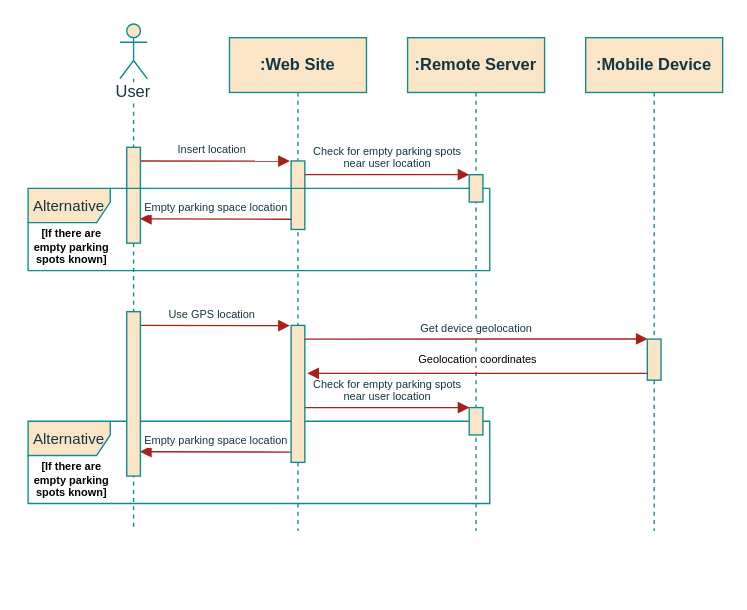
Earlier version of the draw.io diagram page "WebSite_SeqDiagram" (6 of 6) of project/report/flowcharts/RemoteSystem.drawio (ESRGgroup9/slipad). Source tidied: cells renumbered, new cells numbered last; positions are measured from the earlier drawing's top-left corner, leaving out a move shared by most shapes. Both pictures are drawn from the tidied source at 137%, with x=0, y=0 at pixel (23, 23).
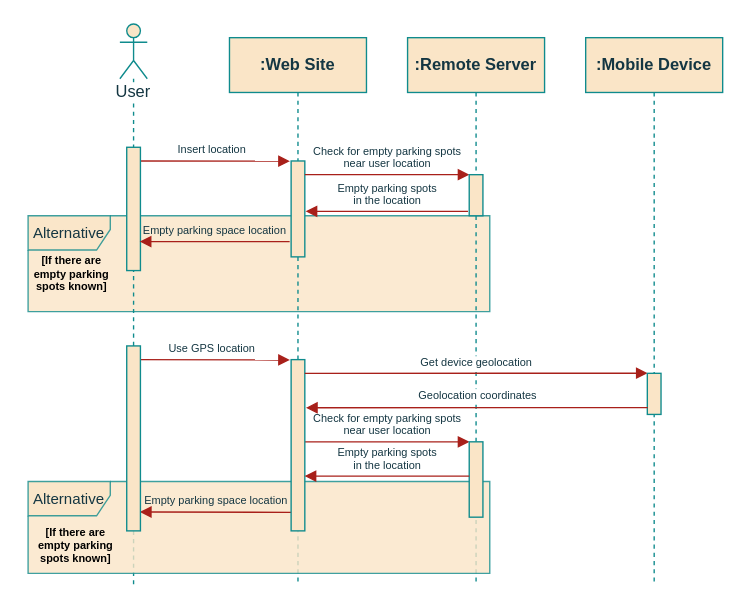
The same page after the edit.

Change to the diagram source:
```diff
@@
+    <mxCell id="8" value="&lt;font style=&quot;font-size: 11px&quot;&gt;Alternative&lt;/font&gt;" style="shape=umlFrame;whiteSpace=wrap;html=1;width=60;height=25;fillColor=#FAE5C7;strokeColor=#0F8B8D;fontColor=#143642;swimlaneFillColor=#FAE5C7;opacity=80;" parent="1" vertex="1">
+      <mxGeometry x="3" y="140" width="337" height="70" as="geometry" />
+    </mxCell>
@@
     <mxCell id="3" value="User" style="shape=umlLifeline;participant=umlActor;perimeter=lifelinePerimeter;whiteSpace=wrap;html=1;verticalAlign=top;spacingTop=36;size=40;labelBackgroundColor=default;fillColor=#FAE5C7;strokeColor=#0F8B8D;fontColor=#143642;" parent="1" vertex="1">
-      <mxGeometry x="70" width="20" height="370" as="geometry" />
+      <mxGeometry x="70" width="20" height="410" as="geometry" />
     </mxCell>
     <mxCell id="4" style="html=1;points=[];perimeter=orthogonalPerimeter;fillColor=#FAE5C7;strokeColor=#0F8B8D;fontColor=#143642;" parent="3" vertex="1">
-      <mxGeometry x="5" y="90" width="10" height="70" as="geometry" />
+      <mxGeometry x="5" y="90" width="10" height="90" as="geometry" />
     </mxCell>
     <mxCell id="5" value="&lt;b&gt;:Web Site&lt;/b&gt;" style="shape=umlLifeline;perimeter=lifelinePerimeter;whiteSpace=wrap;html=1;fillColor=#FAE5C7;strokeColor=#0F8B8D;fontColor=#143642;" parent="1" vertex="1">
-      <mxGeometry x="150" y="10" width="100" height="360" as="geometry" />
+      <mxGeometry x="150" y="10" width="100" height="400" as="geometry" />
     </mxCell>
     <mxCell id="6" style="html=1;points=[];perimeter=orthogonalPerimeter;fillColor=#FAE5C7;strokeColor=#0F8B8D;fontColor=#143642;" parent="5" vertex="1">
-      <mxGeometry x="45" y="90" width="10" height="50" as="geometry" />
+      <mxGeometry x="45" y="90" width="10" height="70" as="geometry" />
     </mxCell>
@@
-    <mxCell id="8" value="&lt;font style=&quot;font-size: 11px&quot;&gt;Alternative&lt;/font&gt;" style="shape=umlFrame;whiteSpace=wrap;html=1;width=60;height=25;fillColor=#FAE5C7;strokeColor=#0F8B8D;fontColor=#143642;" parent="5" vertex="1">
-      <mxGeometry x="-147" y="110" width="337" height="60" as="geometry" />
-    </mxCell>
-    <mxCell id="9" value="&lt;div&gt;[If there are empty parking spots known]&lt;br&gt;&lt;/div&gt;" style="text;html=1;strokeColor=none;fillColor=none;align=center;verticalAlign=middle;whiteSpace=wrap;rounded=0;fontSize=8;fontStyle=1;" parent="5" vertex="1">
-      <mxGeometry x="-150" y="143" width="70" height="20" as="geometry" />
-    </mxCell>
     <mxCell id="10" value=":Remote Server" style="shape=umlLifeline;perimeter=lifelinePerimeter;whiteSpace=wrap;html=1;fillColor=#FAE5C7;strokeColor=#0F8B8D;fontColor=#143642;fontStyle=1;" parent="1" vertex="1">
-      <mxGeometry x="280" y="10" width="100" height="360" as="geometry" />
+      <mxGeometry x="280" y="10" width="100" height="400" as="geometry" />
     </mxCell>
     <mxCell id="11" style="html=1;points=[];perimeter=orthogonalPerimeter;fillColor=#FAE5C7;strokeColor=#0F8B8D;fontColor=#143642;" parent="10" vertex="1">
-      <mxGeometry x="45" y="100" width="10" height="20" as="geometry" />
+      <mxGeometry x="45" y="100" width="10" height="30" as="geometry" />
     </mxCell>
     <mxCell id="12" value="&lt;div&gt;Check for empty parking spots&lt;/div&gt;&lt;div&gt;near user location&lt;br&gt;&lt;/div&gt;" style="html=1;verticalAlign=bottom;endArrow=block;rounded=0;entryX=0.02;entryY=0;entryDx=0;entryDy=0;entryPerimeter=0;fontSize=8;labelBackgroundColor=none;strokeColor=#A8201A;fontColor=#143642;" parent="10" edge="1" target="15">
       <mxGeometry relative="1" as="geometry">
-        <mxPoint x="-75" y="270" as="sourcePoint" />
+        <mxPoint x="-75" y="295" as="sourcePoint" />
       </mxGeometry>
     </mxCell>
-    <mxCell id="13" value="&lt;font style=&quot;font-size: 11px&quot;&gt;Alternative&lt;/font&gt;" style="shape=umlFrame;whiteSpace=wrap;html=1;width=60;height=25;fillColor=#FAE5C7;strokeColor=#0F8B8D;fontColor=#143642;" parent="10" vertex="1">
-      <mxGeometry x="-277" y="280" width="337" height="60" as="geometry" />
+    <mxCell id="13" value="&lt;font style=&quot;font-size: 11px&quot;&gt;Alternative&lt;/font&gt;" style="shape=umlFrame;whiteSpace=wrap;html=1;width=60;height=25;fillColor=#FAE5C7;strokeColor=#0F8B8D;fontColor=#143642;swimlaneFillColor=#FAE5C7;opacity=80;" parent="10" vertex="1">
+      <mxGeometry x="-277" y="324" width="337" height="67" as="geometry" />
     </mxCell>
-    <mxCell id="14" value="&lt;div&gt;[If there are empty parking spots known]&lt;br&gt;&lt;/div&gt;" style="text;html=1;strokeColor=none;fillColor=none;align=center;verticalAlign=middle;whiteSpace=wrap;rounded=0;fontSize=8;fontStyle=1;" parent="10" vertex="1">
-      <mxGeometry x="-280" y="313" width="70" height="20" as="geometry" />
-    </mxCell>
     <mxCell id="15" style="html=1;points=[];perimeter=orthogonalPerimeter;fillColor=#FAE5C7;strokeColor=#0F8B8D;fontColor=#143642;" parent="10" vertex="1">
-      <mxGeometry x="45" y="270" width="10" height="20" as="geometry" />
+      <mxGeometry x="45" y="295" width="10" height="55" as="geometry" />
     </mxCell>
-    <mxCell id="16" value="Empty parking space location" style="html=1;verticalAlign=bottom;endArrow=block;rounded=0;fontSize=8;labelBackgroundColor=default;strokeColor=#A8201A;fontColor=#143642;labelBorderColor=none;exitX=0.02;exitY=0.851;exitDx=0;exitDy=0;exitPerimeter=0;entryX=0.962;entryY=0.746;entryDx=0;entryDy=0;entryPerimeter=0;" parent="10" edge="1">
+    <mxCell id="16" value="Empty parking space location" style="html=1;verticalAlign=bottom;endArrow=block;rounded=0;fontSize=8;labelBackgroundColor=none;strokeColor=#A8201A;fontColor=#143642;labelBorderColor=none;exitX=0.02;exitY=0.851;exitDx=0;exitDy=0;exitPerimeter=0;entryX=0.962;entryY=0.746;entryDx=0;entryDy=0;entryPerimeter=0;" parent="10" edge="1">
       <mxGeometry relative="1" as="geometry">
-        <mxPoint x="-84.8" y="302.5" as="sourcePoint" />
-        <mxPoint x="-195.4" y="302.2" as="targetPoint" />
+        <mxPoint x="-84.8" y="346.5" as="sourcePoint" />
+        <mxPoint x="-195.4" y="346.2" as="targetPoint" />
       </mxGeometry>
     </mxCell>
-    <mxCell id="17" value="Empty parking space location" style="html=1;verticalAlign=bottom;endArrow=block;rounded=0;fontSize=8;labelBackgroundColor=default;strokeColor=#A8201A;fontColor=#143642;labelBorderColor=none;exitX=0.02;exitY=0.851;exitDx=0;exitDy=0;exitPerimeter=0;entryX=0.962;entryY=0.746;entryDx=0;entryDy=0;entryPerimeter=0;" parent="1" edge="1" source="6" target="4">
+    <mxCell id="17" value="Empty parking space location" style="html=1;verticalAlign=bottom;endArrow=block;rounded=0;fontSize=8;labelBackgroundColor=none;strokeColor=#A8201A;fontColor=#143642;labelBorderColor=none;entryX=0.944;entryY=0.765;entryDx=0;entryDy=0;entryPerimeter=0;exitX=-0.107;exitY=0.841;exitDx=0;exitDy=0;exitPerimeter=0;" parent="1" edge="1" source="6" target="4">
       <mxGeometry relative="1" as="geometry" />
     </mxCell>
     <mxCell id="18" value=":Mobile Device" style="shape=umlLifeline;perimeter=lifelinePerimeter;whiteSpace=wrap;html=1;fillColor=#FAE5C7;strokeColor=#0F8B8D;fontColor=#143642;fontStyle=1;" parent="1" vertex="1">
-      <mxGeometry x="410" y="10" width="100" height="360" as="geometry" />
+      <mxGeometry x="410" y="10" width="100" height="400" as="geometry" />
     </mxCell>
     <mxCell id="19" value="Use GPS location" style="html=1;verticalAlign=bottom;endArrow=block;rounded=0;entryX=-0.086;entryY=0.002;entryDx=0;entryDy=0;entryPerimeter=0;fontSize=8;labelBackgroundColor=none;strokeColor=#A8201A;fontColor=#143642;" parent="18" edge="1" target="21">
       <mxGeometry relative="1" as="geometry">
-        <mxPoint x="-330" y="210" as="sourcePoint" />
+        <mxPoint x="-330" y="235" as="sourcePoint" />
       </mxGeometry>
     </mxCell>
     <mxCell id="20" style="html=1;perimeter=orthogonalPerimeter;fillColor=#FAE5C7;strokeColor=#0F8B8D;fontColor=#143642;" parent="18" vertex="1">
-      <mxGeometry x="-335" y="200" width="10" height="120" as="geometry" />
+      <mxGeometry x="-335" y="225" width="10" height="135" as="geometry" />
     </mxCell>
     <mxCell id="21" style="html=1;points=[];perimeter=orthogonalPerimeter;fillColor=#FAE5C7;strokeColor=#0F8B8D;fontColor=#143642;" parent="18" vertex="1">
-      <mxGeometry x="-215" y="210" width="10" height="100" as="geometry" />
+      <mxGeometry x="-215" y="235" width="10" height="125" as="geometry" />
     </mxCell>
     <mxCell id="22" value="Get device geolocation" style="html=1;verticalAlign=bottom;endArrow=block;rounded=0;entryX=0.029;entryY=-0.003;entryDx=0;entryDy=0;entryPerimeter=0;fontSize=8;labelBackgroundColor=default;strokeColor=#A8201A;fontColor=#143642;" parent="18" edge="1" target="23">
       <mxGeometry relative="1" as="geometry">
-        <mxPoint x="-205" y="220" as="sourcePoint" />
+        <mxPoint x="-205" y="245" as="sourcePoint" />
       </mxGeometry>
     </mxCell>
     <mxCell id="23" style="html=1;points=[];perimeter=orthogonalPerimeter;fillColor=#FAE5C7;strokeColor=#0F8B8D;fontColor=#143642;" parent="18" vertex="1">
-      <mxGeometry x="45" y="220" width="10" height="30" as="geometry" />
+      <mxGeometry x="45" y="245" width="10" height="30" as="geometry" />
     </mxCell>
-    <mxCell id="24" style="html=1;verticalAlign=bottom;endArrow=block;rounded=0;fontSize=8;labelBackgroundColor=default;strokeColor=#A8201A;fontColor=#143642;exitX=0.029;exitY=0.833;exitDx=0;exitDy=0;exitPerimeter=0;entryX=1.171;entryY=0.35;entryDx=0;entryDy=0;entryPerimeter=0;" parent="18" edge="1" source="23" target="21">
+    <mxCell id="24" style="html=1;verticalAlign=bottom;endArrow=block;rounded=0;fontSize=8;labelBackgroundColor=default;strokeColor=#A8201A;fontColor=#143642;exitX=0.029;exitY=0.833;exitDx=0;exitDy=0;exitPerimeter=0;entryX=1.083;entryY=0.281;entryDx=0;entryDy=0;entryPerimeter=0;" parent="18" edge="1" source="23" target="21">
       <mxGeometry relative="1" as="geometry" />
     </mxCell>
-    <mxCell id="25" value="Geolocation coordinates" style="edgeLabel;html=1;align=center;verticalAlign=middle;fontSize=8;" parent="24" vertex="1">
+    <mxCell id="25" value="Geolocation coordinates" style="edgeLabel;html=1;align=center;verticalAlign=middle;fontSize=8;fontColor=#143642;" parent="24" vertex="1">
       <mxGeometry x="0.07" y="-1" relative="1" as="geometry">
         <mxPoint x="8" y="-9" as="offset" />
       </mxGeometry>
     </mxCell>
+    <mxCell id="9" value="&lt;div&gt;[If there are empty parking spots known]&lt;br&gt;&lt;/div&gt;" style="text;html=1;strokeColor=none;fillColor=none;align=center;verticalAlign=middle;whiteSpace=wrap;rounded=0;fontSize=8;fontStyle=1;" parent="1" vertex="1">
+      <mxGeometry y="173" width="70" height="20" as="geometry" />
+    </mxCell>
+    <mxCell id="26" value="&lt;div&gt;Empty parking spots &lt;br&gt;&lt;/div&gt;&lt;div&gt;in the location&lt;/div&gt;" style="html=1;verticalAlign=bottom;endArrow=block;rounded=0;fontSize=8;labelBackgroundColor=none;strokeColor=#A8201A;fontColor=#143642;exitX=-0.09;exitY=0.892;exitDx=0;exitDy=0;exitPerimeter=0;entryX=1.052;entryY=0.525;entryDx=0;entryDy=0;entryPerimeter=0;" parent="1" edge="1" source="11" target="6">
+      <mxGeometry relative="1" as="geometry" />
+    </mxCell>
+    <mxCell id="14" value="&lt;div&gt;[If there are empty parking spots known]&lt;br&gt;&lt;/div&gt;" style="text;html=1;strokeColor=none;fillColor=none;align=center;verticalAlign=middle;whiteSpace=wrap;rounded=0;fontSize=8;fontStyle=1;" parent="1" vertex="1">
+      <mxGeometry x="3" y="371" width="70" height="20" as="geometry" />
+    </mxCell>
+    <mxCell id="27" value="&lt;div&gt;Empty parking spots &lt;br&gt;&lt;/div&gt;&lt;div&gt;in the location&lt;/div&gt;" style="html=1;verticalAlign=bottom;endArrow=block;rounded=0;entryX=0.02;entryY=0;entryDx=0;entryDy=0;entryPerimeter=0;fontSize=8;labelBackgroundColor=none;strokeColor=#A8201A;fontColor=#143642;" parent="1" edge="1">
+      <mxGeometry relative="1" as="geometry">
+        <mxPoint x="325" y="330" as="sourcePoint" />
+        <mxPoint x="204.8" y="330" as="targetPoint" />
+      </mxGeometry>
+    </mxCell>
```
